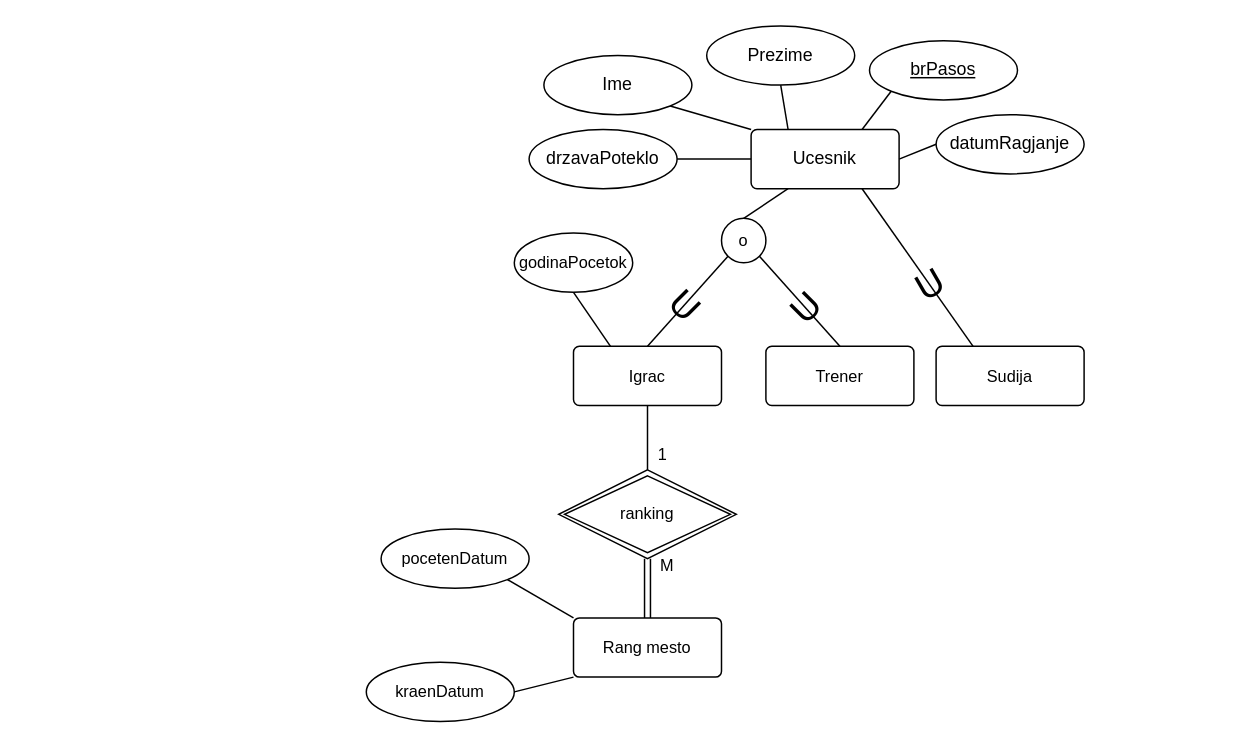
Earlier version of the draw.io diagram Bazi na podatoci/Lab1/lab1_B.drawio (marin-o/Finki). Source tidied: cells renumbered, new cells numbered last; positions are measured from the earlier drawing's top-left corner, leaving out a move shared by most shapes. Both pictures are drawn from the tidied source at 148%, with x=0, y=0 at pixel (366, 25).
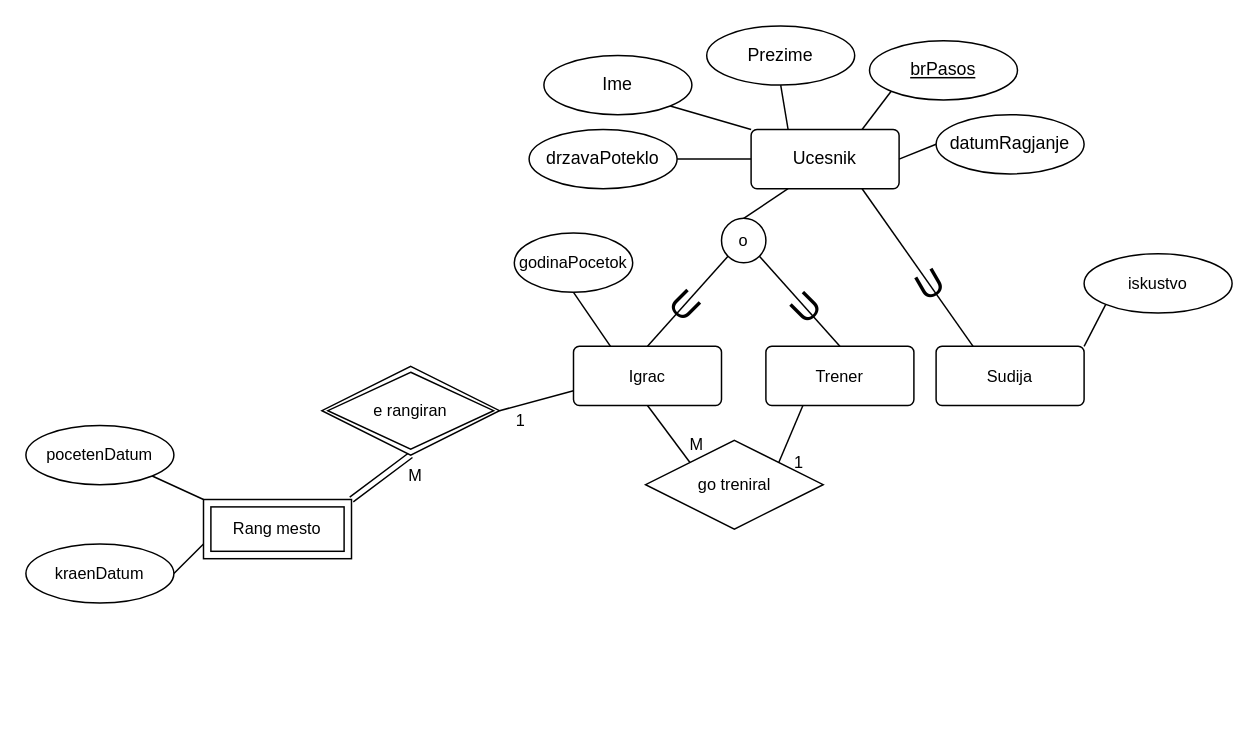
Above is the later version.

Commit message:
igrac, trener, sudija pt 2

The change refers to these unchanged cells:
```xml
<mxCell id="15" value="Igrac" style="rounded=1;arcSize=10;whiteSpace=wrap;html=1;align=center;fontFamily=Helvetica;fontSize=11;fontColor=default;" parent="1" vertex="1">
  <mxGeometry x="140" y="216.5" width="100" height="40" as="geometry" />
</mxCell>
<mxCell id="16" value="Trener" style="rounded=1;arcSize=10;whiteSpace=wrap;html=1;align=center;fontFamily=Helvetica;fontSize=11;fontColor=default;" parent="1" vertex="1">
  <mxGeometry x="270" y="216.5" width="100" height="40" as="geometry" />
</mxCell>
<mxCell id="25" value="Sudija" style="rounded=1;arcSize=10;whiteSpace=wrap;html=1;align=center;fontFamily=Helvetica;fontSize=11;fontColor=default;" parent="1" vertex="1">
  <mxGeometry x="385" y="216.5" width="100" height="40" as="geometry" />
</mxCell>
```

What changed in the source:
```diff
@@
-    <mxCell id="14" value="1" style="edgeStyle=none;shape=connector;rounded=0;jettySize=auto;html=1;exitX=0.5;exitY=1;exitDx=0;exitDy=0;entryX=0.5;entryY=0;entryDx=0;entryDy=0;labelBackgroundColor=default;strokeColor=default;align=center;verticalAlign=middle;fontFamily=Helvetica;fontSize=11;fontColor=default;endArrow=none;endFill=0;" parent="1" edge="1" source="15" target="35">
+    <mxCell id="14" value="1" style="edgeStyle=none;shape=connector;rounded=0;jettySize=auto;html=1;exitX=0;exitY=0.75;exitDx=0;exitDy=0;entryX=1;entryY=0.5;entryDx=0;entryDy=0;labelBackgroundColor=default;strokeColor=default;align=center;verticalAlign=middle;fontFamily=Helvetica;fontSize=11;fontColor=default;endArrow=none;endFill=0;" parent="1" edge="1" source="15" target="35">
       <mxGeometry x="0.54" y="10" relative="1" as="geometry" />
     </mxCell>
+    <mxCell id="36" value="M" style="edgeStyle=none;shape=connector;rounded=0;jettySize=auto;html=1;exitX=0.5;exitY=1;exitDx=0;exitDy=0;entryX=0;entryY=0;entryDx=0;entryDy=0;labelBackgroundColor=default;strokeColor=default;align=center;verticalAlign=middle;fontFamily=Helvetica;fontSize=11;fontColor=default;endArrow=none;endFill=0;" parent="1" edge="1" source="15" target="38">
+      <mxGeometry x="0.71" y="11" relative="1" as="geometry" />
+    </mxCell>
@@
+    <mxCell id="37" value="1" style="edgeStyle=none;shape=connector;rounded=0;jettySize=auto;html=1;exitX=0.25;exitY=1;exitDx=0;exitDy=0;entryX=1;entryY=0;entryDx=0;entryDy=0;labelBackgroundColor=default;strokeColor=default;align=center;verticalAlign=middle;fontFamily=Helvetica;fontSize=11;fontColor=default;endArrow=none;endFill=0;" parent="1" edge="1" source="16" target="38">
+      <mxGeometry x="0.79" y="12" relative="1" as="geometry" />
+    </mxCell>
@@
-    <mxCell id="27" value="M" style="edgeStyle=none;shape=link;rounded=0;jettySize=auto;html=1;exitX=0.5;exitY=0;exitDx=0;exitDy=0;entryX=0.5;entryY=1;entryDx=0;entryDy=0;labelBackgroundColor=default;strokeColor=default;align=center;verticalAlign=middle;fontFamily=Helvetica;fontSize=11;fontColor=default;endArrow=none;endFill=0;" parent="1" edge="1" source="28" target="35">
+    <mxCell id="27" value="M" style="edgeStyle=none;shape=link;rounded=0;jettySize=auto;html=1;exitX=1;exitY=0;exitDx=0;exitDy=0;entryX=0.5;entryY=1;entryDx=0;entryDy=0;labelBackgroundColor=default;strokeColor=default;align=center;verticalAlign=middle;fontFamily=Helvetica;fontSize=11;fontColor=default;endArrow=none;endFill=0;" parent="1" edge="1" source="28" target="35">
       <mxGeometry x="0.75" y="-13" relative="1" as="geometry" />
     </mxCell>
-    <mxCell id="28" value="Rang mesto" style="rounded=1;arcSize=10;whiteSpace=wrap;html=1;align=center;fontFamily=Helvetica;fontSize=11;fontColor=default;" parent="1" vertex="1">
-      <mxGeometry x="140" y="400" width="100" height="40" as="geometry" />
-    </mxCell>
@@
     <mxCell id="32" value="pocetenDatum" style="ellipse;whiteSpace=wrap;html=1;align=center;fontFamily=Helvetica;fontSize=11;fontColor=default;" parent="1" vertex="1">
-      <mxGeometry x="10" y="340" width="100" height="40" as="geometry" />
+      <mxGeometry x="-230" y="270" width="100" height="40" as="geometry" />
     </mxCell>
-    <mxCell id="33" style="edgeStyle=none;shape=connector;rounded=0;jettySize=auto;html=1;exitX=1;exitY=0.5;exitDx=0;exitDy=0;entryX=0;entryY=1;entryDx=0;entryDy=0;labelBackgroundColor=default;strokeColor=default;align=center;verticalAlign=middle;fontFamily=Helvetica;fontSize=11;fontColor=default;endArrow=none;endFill=0;" parent="1" edge="1" source="34" target="28">
+    <mxCell id="33" style="edgeStyle=none;shape=connector;rounded=0;jettySize=auto;html=1;exitX=1;exitY=0.5;exitDx=0;exitDy=0;entryX=0;entryY=0.75;entryDx=0;entryDy=0;labelBackgroundColor=default;strokeColor=default;align=center;verticalAlign=middle;fontFamily=Helvetica;fontSize=11;fontColor=default;endArrow=none;endFill=0;" parent="1" edge="1" source="34" target="28">
       <mxGeometry relative="1" as="geometry" />
     </mxCell>
     <mxCell id="34" value="kraenDatum" style="ellipse;whiteSpace=wrap;html=1;align=center;fontFamily=Helvetica;fontSize=11;fontColor=default;" parent="1" vertex="1">
-      <mxGeometry y="430" width="100" height="40" as="geometry" />
+      <mxGeometry x="-230" y="350" width="100" height="40" as="geometry" />
     </mxCell>
-    <mxCell id="35" value="ranking" style="shape=rhombus;double=1;perimeter=rhombusPerimeter;whiteSpace=wrap;html=1;align=center;fontFamily=Helvetica;fontSize=11;fontColor=default;" parent="1" vertex="1">
-      <mxGeometry x="130" y="300" width="120" height="60" as="geometry" />
+    <mxCell id="35" value="e rangiran" style="shape=rhombus;double=1;perimeter=rhombusPerimeter;whiteSpace=wrap;html=1;align=center;fontFamily=Helvetica;fontSize=11;fontColor=default;" parent="1" vertex="1">
+      <mxGeometry x="-30" y="230" width="120" height="60" as="geometry" />
     </mxCell>
+    <mxCell id="28" value="Rang mesto" style="shape=ext;margin=3;double=1;whiteSpace=wrap;html=1;align=center;fontFamily=Helvetica;fontSize=11;fontColor=default;" parent="1" vertex="1">
+      <mxGeometry x="-110" y="320" width="100" height="40" as="geometry" />
+    </mxCell>
+    <mxCell id="38" value="go treniral" style="shape=rhombus;perimeter=rhombusPerimeter;whiteSpace=wrap;html=1;align=center;fontFamily=Helvetica;fontSize=11;fontColor=default;" parent="1" vertex="1">
+      <mxGeometry x="188.7" y="280" width="120" height="60" as="geometry" />
+    </mxCell>
+    <mxCell id="39" style="edgeStyle=none;shape=connector;rounded=0;jettySize=auto;html=1;exitX=0;exitY=1;exitDx=0;exitDy=0;entryX=1;entryY=0;entryDx=0;entryDy=0;labelBackgroundColor=default;strokeColor=default;align=center;verticalAlign=middle;fontFamily=Helvetica;fontSize=11;fontColor=default;endArrow=none;endFill=0;" parent="1" edge="1" source="40" target="25">
+      <mxGeometry relative="1" as="geometry" />
+    </mxCell>
+    <mxCell id="40" value="iskustvo" style="ellipse;whiteSpace=wrap;html=1;align=center;fontFamily=Helvetica;fontSize=11;fontColor=default;" parent="1" vertex="1">
+      <mxGeometry x="485" y="154" width="100" height="40" as="geometry" />
+    </mxCell>
```
